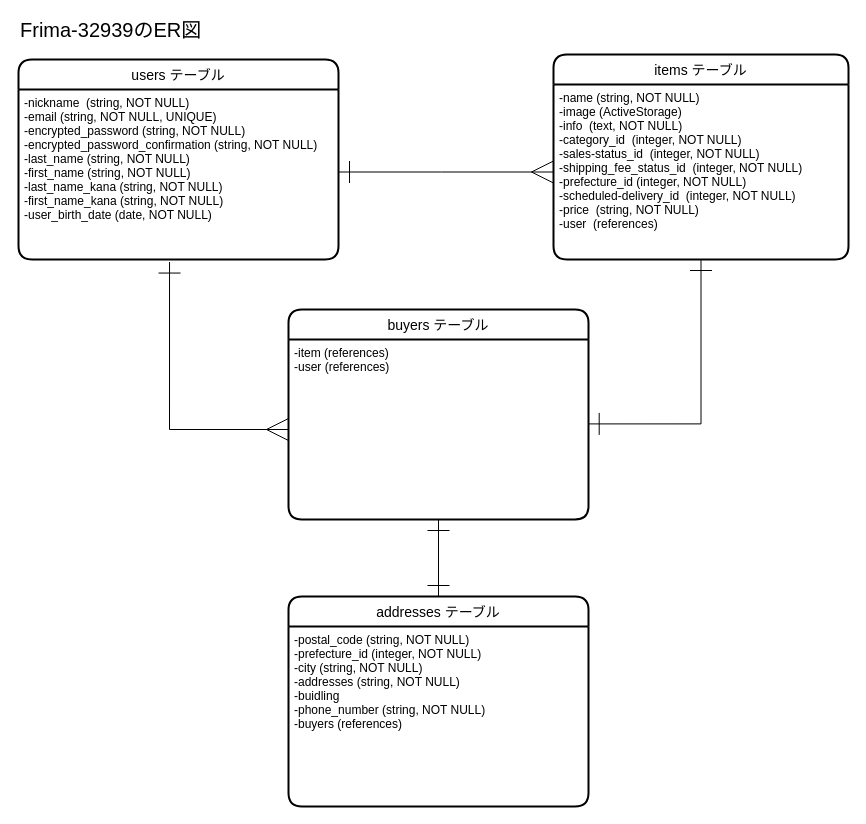
DAIKINKO/frima-32939 keeps this draw.io diagram as ERM.dio. Above is the earlier version. Source tidied: cells renumbered, new cells numbered last; positions are measured from the earlier drawing's top-left corner, leaving out a move shared by most shapes. Both pictures are drawn from the tidied source at 100%, with x=0, y=0 at pixel (18, 19).
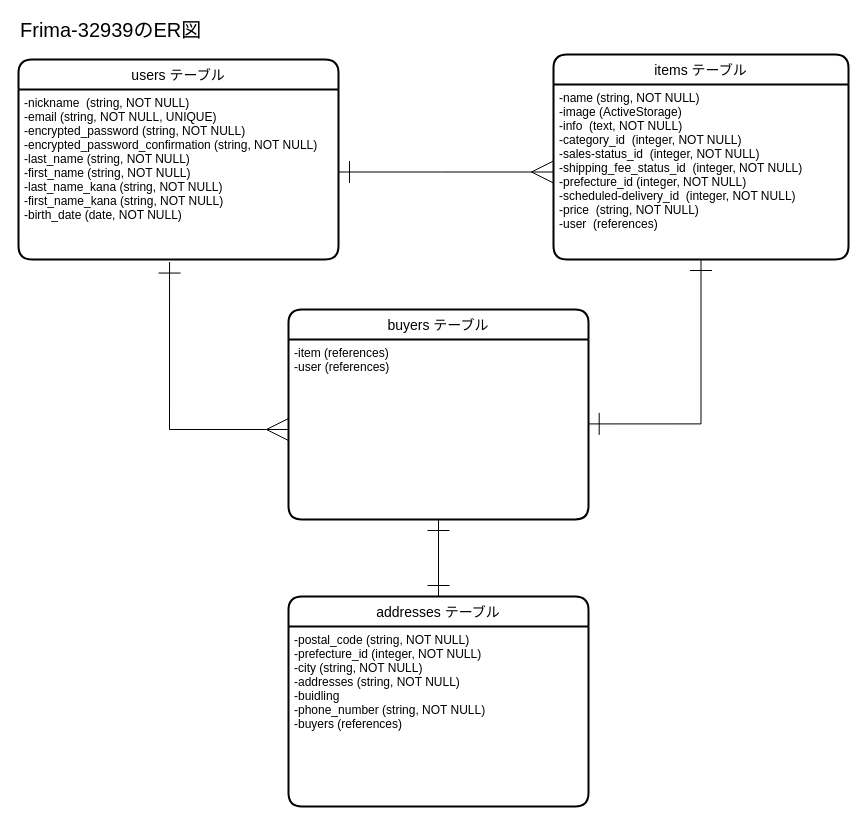
Above is the later version.

Commit message (it also covers changes not shown here):
テーブル設計_4

Change to the diagram source:
```diff
@@
 <mxGraphModel>
   <root>
     <mxCell id="0" />
     <mxCell id="1" parent="0" />
     <mxCell id="2" value="users テーブル" style="swimlane;horizontal=1;startSize=30;rounded=1;fontSize=14;fontStyle=0;strokeWidth=2;shadow=0;dashed=0;align=center;" parent="1" vertex="1">
       <mxGeometry y="40" width="320" height="200" as="geometry" />
     </mxCell>
-    <mxCell id="3" value="-nickname  (string, NOT NULL)&#10;-email (string, NOT NULL, UNIQUE)&#10;-encrypted_password (string, NOT NULL)&#10;-encrypted_password_confirmation (string, NOT NULL)&#10;-last_name (string, NOT NULL)&#10;-first_name (string, NOT NULL)&#10;-last_name_kana (string, NOT NULL)&#10;-first_name_kana (string, NOT NULL)&#10;-user_birth_date (date, NOT NULL)" style="align=left;strokeColor=none;fillColor=none;spacingLeft=4;fontSize=12;verticalAlign=top;" parent="2" vertex="1">
+    <mxCell id="3" value="-nickname  (string, NOT NULL)&#10;-email (string, NOT NULL, UNIQUE)&#10;-encrypted_password (string, NOT NULL)&#10;-encrypted_password_confirmation (string, NOT NULL)&#10;-last_name (string, NOT NULL)&#10;-first_name (string, NOT NULL)&#10;-last_name_kana (string, NOT NULL)&#10;-first_name_kana (string, NOT NULL)&#10;-birth_date (date, NOT NULL)" style="align=left;strokeColor=none;fillColor=none;spacingLeft=4;fontSize=12;verticalAlign=top;" parent="2" vertex="1">
       <mxGeometry y="30" width="320" height="170" as="geometry" />
     </mxCell>
     <mxCell id="4" value="&lt;font style=&quot;font-size: 20px&quot;&gt;Frima-32939のER図&lt;/font&gt;" style="text;html=1;strokeColor=none;fillColor=none;align=left;verticalAlign=middle;whiteSpace=wrap;rounded=0;" parent="1" vertex="1">
       <mxGeometry width="250" height="20" as="geometry" />
     </mxCell>
     <mxCell id="5" value="items テーブル" style="swimlane;horizontal=1;startSize=30;rounded=1;fontSize=14;fontStyle=0;strokeWidth=2;shadow=0;dashed=0;align=center;" parent="1" vertex="1">
       <mxGeometry x="535" y="35" width="295" height="205" as="geometry" />
     </mxCell>
     <mxCell id="6" value="-name (string, NOT NULL)&#10;-image (ActiveStorage)&#10;-info  (text, NOT NULL)&#10;-category_id  (integer, NOT NULL)&#10;-sales-status_id  (integer, NOT NULL)&#10;-shipping_fee_status_id  (integer, NOT NULL)&#10;-prefecture_id (integer, NOT NULL)&#10;-scheduled-delivery_id  (integer, NOT NULL)&#10;-price  (string, NOT NULL)&#10;-user  (references)" style="align=left;strokeColor=none;fillColor=none;spacingLeft=4;fontSize=12;verticalAlign=top;fontStyle=0;" parent="5" vertex="1">
       <mxGeometry y="30" width="295" height="175" as="geometry" />
     </mxCell>
     <mxCell id="7" style="edgeStyle=orthogonalEdgeStyle;rounded=0;jettySize=auto;html=1;startArrow=ERone;startFill=0;startSize=20;endArrow=ERone;endFill=0;endSize=20;strokeWidth=1;entryX=0.5;entryY=1;entryDx=0;entryDy=0;exitX=0.999;exitY=0.469;exitDx=0;exitDy=0;exitPerimeter=0;" parent="1" edge="1" source="9" target="6">
       <mxGeometry relative="1" as="geometry" />
     </mxCell>
     <mxCell id="8" value="buyers テーブル" style="swimlane;horizontal=1;startSize=30;rounded=1;fontSize=14;fontStyle=0;strokeWidth=2;shadow=0;dashed=0;align=center;" parent="1" vertex="1">
       <mxGeometry x="270" y="290" width="300" height="210" as="geometry" />
     </mxCell>
     <mxCell id="9" value="-item (references)&#10;-user (references)" style="align=left;strokeColor=none;fillColor=none;spacingLeft=4;fontSize=12;verticalAlign=top;" parent="8" vertex="1">
       <mxGeometry y="30" width="300" height="180" as="geometry" />
     </mxCell>
     <mxCell id="10" style="edgeStyle=orthogonalEdgeStyle;rounded=0;jettySize=auto;html=1;entryX=0;entryY=0.5;entryDx=0;entryDy=0;startArrow=ERone;startFill=0;startSize=20;endArrow=ERmany;endFill=0;endSize=20;" parent="1" edge="1" source="3" target="6">
       <mxGeometry relative="1" as="geometry">
         <Array as="points">
           <mxPoint x="423" y="153" />
         </Array>
       </mxGeometry>
     </mxCell>
     <mxCell id="11" style="edgeStyle=orthogonalEdgeStyle;rounded=0;jettySize=auto;html=1;startArrow=ERmany;startFill=0;startSize=20;endArrow=ERone;endFill=0;endSize=20;entryX=0.472;entryY=1.015;entryDx=0;entryDy=0;entryPerimeter=0;exitX=0;exitY=0.5;exitDx=0;exitDy=0;" parent="1" edge="1" source="9" target="3">
       <mxGeometry relative="1" as="geometry" />
     </mxCell>
     <mxCell id="12" value="addresses テーブル" style="swimlane;horizontal=1;startSize=30;rounded=1;fontSize=14;fontStyle=0;strokeWidth=2;shadow=0;dashed=0;align=center;" parent="1" vertex="1">
       <mxGeometry x="270" y="577" width="300" height="210" as="geometry" />
     </mxCell>
     <mxCell id="13" value="-postal_code (string, NOT NULL)&#10;-prefecture_id (integer, NOT NULL)&#10;-city (string, NOT NULL)&#10;-addresses (string, NOT NULL)&#10;-buidling&#10;-phone_number (string, NOT NULL)&#10;-buyers (references)" style="align=left;strokeColor=none;fillColor=none;spacingLeft=4;fontSize=12;verticalAlign=top;" parent="12" vertex="1">
       <mxGeometry y="30" width="300" height="180" as="geometry" />
     </mxCell>
     <mxCell id="14" style="edgeStyle=orthogonalEdgeStyle;rounded=0;jettySize=auto;html=1;entryX=0.5;entryY=1;entryDx=0;entryDy=0;startArrow=ERone;startFill=0;startSize=20;endArrow=ERone;endFill=0;endSize=20;exitX=0.5;exitY=0;exitDx=0;exitDy=0;" parent="1" edge="1" source="12" target="8">
       <mxGeometry relative="1" as="geometry" />
     </mxCell>
   </root>
 </mxGraphModel>
```
